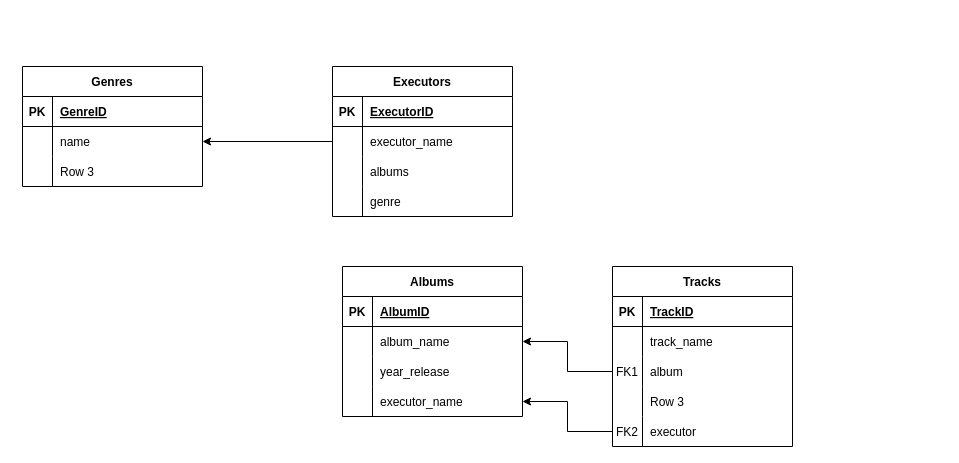
The draw.io diagram Диаграмма без названия.drawio in pasamoshin/DB, before the edit. Source tidied: cells renumbered, new cells numbered last; positions are measured from the earlier drawing's top-left corner, leaving out a move shared by most shapes. Both pictures are drawn from the tidied source at 100%, with x=0, y=0 at pixel (22, 66).
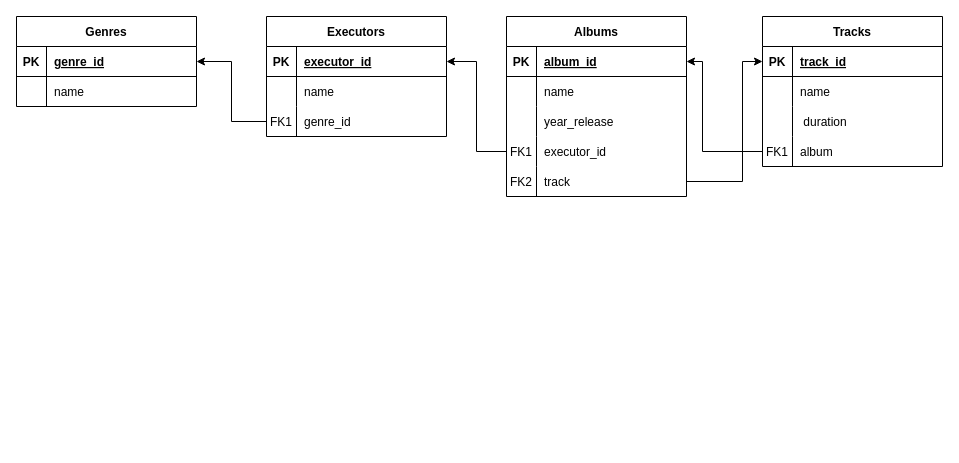
After the change.

The change refers to these unchanged cells:
```xml
<mxCell id="3" style="shape=tableRow;horizontal=0;startSize=0;swimlaneHead=0;swimlaneBody=0;fillColor=none;points=[[0,0.5],[1,0.5]];portConstraint=eastwest;top=0;left=0;right=0;bottom=1;" parent="2" vertex="1">
  <mxGeometry y="30" width="180" height="30" as="geometry" />
</mxCell>
<mxCell id="6" style="shape=tableRow;horizontal=0;startSize=0;swimlaneHead=0;swimlaneBody=0;fillColor=none;points=[[0,0.5],[1,0.5]];portConstraint=eastwest;top=0;left=0;right=0;bottom=0;" parent="2" vertex="1">
  <mxGeometry y="60" width="180" height="30" as="geometry" />
</mxCell>
<mxCell id="13" style="shape=tableRow;horizontal=0;startSize=0;swimlaneHead=0;swimlaneBody=0;fillColor=none;points=[[0,0.5],[1,0.5]];portConstraint=eastwest;top=0;left=0;right=0;bottom=1;" parent="12" vertex="1">
  <mxGeometry y="30" width="180" height="30" as="geometry" />
</mxCell>
<mxCell id="16" style="shape=tableRow;horizontal=0;startSize=0;swimlaneHead=0;swimlaneBody=0;fillColor=none;points=[[0,0.5],[1,0.5]];portConstraint=eastwest;top=0;left=0;right=0;bottom=0;" parent="12" vertex="1">
  <mxGeometry y="60" width="180" height="30" as="geometry" />
</mxCell>
<mxCell id="27" style="shape=tableRow;horizontal=0;startSize=0;swimlaneHead=0;swimlaneBody=0;fillColor=none;points=[[0,0.5],[1,0.5]];portConstraint=eastwest;top=0;left=0;right=0;bottom=1;" parent="26" vertex="1">
  <mxGeometry y="30" width="180" height="30" as="geometry" />
</mxCell>
<mxCell id="30" style="shape=tableRow;horizontal=0;startSize=0;swimlaneHead=0;swimlaneBody=0;fillColor=none;top=0;left=0;right=0;bottom=0;" parent="26" vertex="1">
  <mxGeometry y="60" width="180" height="30" as="geometry" />
</mxCell>
<mxCell id="43" style="shape=tableRow;horizontal=0;startSize=0;swimlaneHead=0;swimlaneBody=0;fillColor=none;points=[[0,0.5],[1,0.5]];portConstraint=eastwest;top=0;left=0;right=0;bottom=1;" parent="42" vertex="1">
  <mxGeometry y="30" width="180" height="30" as="geometry" />
</mxCell>
<mxCell id="46" style="shape=tableRow;horizontal=0;startSize=0;swimlaneHead=0;swimlaneBody=0;fillColor=none;points=[[0,0.5],[1,0.5]];portConstraint=eastwest;top=0;left=0;right=0;bottom=0;" parent="42" vertex="1">
  <mxGeometry y="60" width="180" height="30" as="geometry" />
</mxCell>
<mxCell id="52" style="shape=tableRow;horizontal=0;startSize=0;swimlaneHead=0;swimlaneBody=0;fillColor=none;points=[[0,0.5],[1,0.5]];portConstraint=eastwest;top=0;left=0;right=0;bottom=0;" parent="42" vertex="1">
  <mxGeometry y="120" width="180" height="30" as="geometry" />
</mxCell>
```

The edit, as a diff of the source:
```diff
@@
     <mxCell id="2" value="Genres" style="shape=table;startSize=30;childLayout=tableLayout;rowLines=0;fontStyle=1;align=center;" parent="1" vertex="1">
-      <mxGeometry width="180" height="120" as="geometry" />
+      <mxGeometry x="-6" y="-50" width="180" height="90" as="geometry" />
     </mxCell>
@@
-    <mxCell id="5" value="GenreID" style="shape=partialRectangle;fillColor=none;top=0;left=0;bottom=0;right=0;align=left;spacingLeft=6;fontStyle=5;overflow=hidden;" parent="3" vertex="1">
+    <mxCell id="5" value="genre_id" style="shape=partialRectangle;fillColor=none;top=0;left=0;bottom=0;right=0;align=left;spacingLeft=6;fontStyle=5;overflow=hidden;" parent="3" vertex="1">
       <mxGeometry x="30" width="150" height="30" as="geometry" />
     </mxCell>
@@
-    <mxCell id="9" style="shape=tableRow;horizontal=0;startSize=0;swimlaneHead=0;swimlaneBody=0;fillColor=none;top=0;left=0;right=0;bottom=0;" parent="2" vertex="1">
-      <mxGeometry y="90" width="180" height="30" as="geometry" />
-    </mxCell>
-    <mxCell id="10" style="shape=partialRectangle;fillColor=none;top=0;left=0;bottom=0;right=0;overflow=hidden;" parent="9" vertex="1">
-      <mxGeometry width="30" height="30" as="geometry" />
-    </mxCell>
-    <mxCell id="11" value="Row 3" style="shape=partialRectangle;fillColor=none;top=0;left=0;bottom=0;right=0;align=left;spacingLeft=6;overflow=hidden;" parent="9" vertex="1">
-      <mxGeometry x="30" width="150" height="30" as="geometry" />
-    </mxCell>
     <mxCell id="12" value="Executors" style="shape=table;startSize=30;childLayout=tableLayout;rowLines=0;fontStyle=1;align=center;" parent="1" vertex="1">
-      <mxGeometry x="310" width="180" height="150" as="geometry" />
+      <mxGeometry x="244" y="-50" width="180" height="120" as="geometry" />
     </mxCell>
@@
-    <mxCell id="15" value="ExecutorID" style="shape=partialRectangle;fillColor=none;top=0;left=0;bottom=0;right=0;align=left;spacingLeft=6;fontStyle=5;overflow=hidden;" parent="13" vertex="1">
+    <mxCell id="15" value="executor_id" style="shape=partialRectangle;fillColor=none;top=0;left=0;bottom=0;right=0;align=left;spacingLeft=6;fontStyle=5;overflow=hidden;" parent="13" vertex="1">
       <mxGeometry x="30" width="150" height="30" as="geometry" />
     </mxCell>
@@
-    <mxCell id="18" value="executor_name" style="shape=partialRectangle;fillColor=none;top=0;left=0;bottom=0;right=0;align=left;spacingLeft=6;overflow=hidden;" parent="16" vertex="1">
+    <mxCell id="18" value="name" style="shape=partialRectangle;fillColor=none;top=0;left=0;bottom=0;right=0;align=left;spacingLeft=6;overflow=hidden;" parent="16" vertex="1">
       <mxGeometry x="30" width="150" height="30" as="geometry" />
     </mxCell>
-    <mxCell id="19" style="shape=tableRow;horizontal=0;startSize=0;swimlaneHead=0;swimlaneBody=0;fillColor=none;top=0;left=0;right=0;bottom=0;" parent="12" vertex="1">
-      <mxGeometry y="90" width="180" height="30" as="geometry" />
-    </mxCell>
-    <mxCell id="20" style="shape=partialRectangle;fillColor=none;top=0;left=0;bottom=0;right=0;overflow=hidden;" parent="19" vertex="1">
-      <mxGeometry width="30" height="30" as="geometry" />
-    </mxCell>
-    <mxCell id="21" value="albums" style="shape=partialRectangle;fillColor=none;top=0;left=0;bottom=0;right=0;align=left;spacingLeft=6;overflow=hidden;" parent="19" vertex="1">
-      <mxGeometry x="30" width="150" height="30" as="geometry" />
-    </mxCell>
     <mxCell id="22" style="shape=tableRow;horizontal=0;startSize=0;swimlaneHead=0;swimlaneBody=0;fillColor=none;points=[[0,0.5],[1,0.5]];portConstraint=eastwest;top=0;left=0;right=0;bottom=0;" parent="12" vertex="1">
-      <mxGeometry y="120" width="180" height="30" as="geometry" />
+      <mxGeometry y="90" width="180" height="30" as="geometry" />
     </mxCell>
-    <mxCell id="23" style="shape=partialRectangle;fillColor=none;top=0;left=0;bottom=0;right=0;overflow=hidden;" parent="22" vertex="1">
+    <mxCell id="23" value="FK1" style="shape=partialRectangle;fillColor=none;top=0;left=0;bottom=0;right=0;overflow=hidden;" parent="22" vertex="1">
       <mxGeometry width="30" height="30" as="geometry" />
     </mxCell>
-    <mxCell id="24" value="genre" style="shape=partialRectangle;fillColor=none;top=0;left=0;bottom=0;right=0;align=left;spacingLeft=6;overflow=hidden;" parent="22" vertex="1">
+    <mxCell id="24" value="genre_id" style="shape=partialRectangle;fillColor=none;top=0;left=0;bottom=0;right=0;align=left;spacingLeft=6;overflow=hidden;" parent="22" vertex="1">
       <mxGeometry x="30" width="150" height="30" as="geometry" />
     </mxCell>
-    <mxCell id="25" style="edgeStyle=orthogonalEdgeStyle;rounded=0;jettySize=auto;html=1;exitX=0;exitY=0.5;exitDx=0;exitDy=0;entryX=1;entryY=0.5;entryDx=0;entryDy=0;" parent="1" edge="1" source="16" target="6">
-      <mxGeometry relative="1" as="geometry" />
-    </mxCell>
     <mxCell id="26" value="Tracks" style="shape=table;startSize=30;childLayout=tableLayout;rowLines=0;fontStyle=1;align=center;" parent="1" vertex="1">
-      <mxGeometry x="590" y="200" width="180" height="180" as="geometry" />
+      <mxGeometry x="740" y="-50" width="180" height="150" as="geometry" />
     </mxCell>
@@
-    <mxCell id="29" value="TrackID" style="shape=partialRectangle;fillColor=none;top=0;left=0;bottom=0;right=0;align=left;spacingLeft=6;fontStyle=5;overflow=hidden;" parent="27" vertex="1">
+    <mxCell id="29" value="track_id" style="shape=partialRectangle;fillColor=none;top=0;left=0;bottom=0;right=0;align=left;spacingLeft=6;fontStyle=5;overflow=hidden;" parent="27" vertex="1">
       <mxGeometry x="30" width="150" height="30" as="geometry" />
     </mxCell>
@@
-    <mxCell id="32" value="track_name" style="shape=partialRectangle;fillColor=none;top=0;left=0;bottom=0;right=0;align=left;spacingLeft=6;overflow=hidden;" parent="30" vertex="1">
+    <mxCell id="32" value="name" style="shape=partialRectangle;fillColor=none;top=0;left=0;bottom=0;right=0;align=left;spacingLeft=6;overflow=hidden;" parent="30" vertex="1">
       <mxGeometry x="30" width="150" height="30" as="geometry" />
     </mxCell>
-    <mxCell id="33" style="shape=tableRow;horizontal=0;startSize=0;swimlaneHead=0;swimlaneBody=0;fillColor=none;points=[[0,0.5],[1,0.5]];portConstraint=eastwest;top=0;left=0;right=0;bottom=0;" parent="26" vertex="1">
-      <mxGeometry y="90" width="180" height="30" as="geometry" />
-    </mxCell>
-    <mxCell id="34" value="FK1" style="shape=partialRectangle;fillColor=none;top=0;left=0;bottom=0;right=0;overflow=hidden;" parent="33" vertex="1">
-      <mxGeometry width="30" height="30" as="geometry" />
-    </mxCell>
-    <mxCell id="35" value="album" style="shape=partialRectangle;fillColor=none;top=0;left=0;bottom=0;right=0;align=left;spacingLeft=6;overflow=hidden;" parent="33" vertex="1">
-      <mxGeometry x="30" width="150" height="30" as="geometry" />
-    </mxCell>
-    <mxCell id="36" style="shape=tableRow;horizontal=0;startSize=0;swimlaneHead=0;swimlaneBody=0;fillColor=none;top=0;left=0;right=0;bottom=0;" parent="26" vertex="1">
-      <mxGeometry y="120" width="180" height="30" as="geometry" />
-    </mxCell>
-    <mxCell id="37" style="shape=partialRectangle;fillColor=none;top=0;left=0;bottom=0;right=0;overflow=hidden;" parent="36" vertex="1">
-      <mxGeometry width="30" height="30" as="geometry" />
-    </mxCell>
-    <mxCell id="38" value="Row 3" style="shape=partialRectangle;fillColor=none;top=0;left=0;bottom=0;right=0;align=left;spacingLeft=6;overflow=hidden;" parent="36" vertex="1">
-      <mxGeometry x="30" width="150" height="30" as="geometry" />
-    </mxCell>
+    <mxCell id="57" style="shape=tableRow;horizontal=0;startSize=0;swimlaneHead=0;swimlaneBody=0;fillColor=none;top=0;left=0;right=0;bottom=0;" parent="26" vertex="1">
+      <mxGeometry y="90" width="180" height="30" as="geometry" />
+    </mxCell>
+    <mxCell id="58" style="shape=partialRectangle;fillColor=none;top=0;left=0;bottom=0;right=0;overflow=hidden;" parent="57" vertex="1">
+      <mxGeometry width="30" height="30" as="geometry" />
+    </mxCell>
+    <mxCell id="59" value=" duration" style="shape=partialRectangle;fillColor=none;top=0;left=0;bottom=0;right=0;align=left;spacingLeft=6;overflow=hidden;" parent="57" vertex="1">
+      <mxGeometry x="30" width="150" height="30" as="geometry" />
+    </mxCell>
     <mxCell id="39" style="shape=tableRow;horizontal=0;startSize=0;swimlaneHead=0;swimlaneBody=0;fillColor=none;points=[[0,0.5],[1,0.5]];portConstraint=eastwest;top=0;left=0;right=0;bottom=0;" parent="26" vertex="1">
-      <mxGeometry y="150" width="180" height="30" as="geometry" />
+      <mxGeometry y="120" width="180" height="30" as="geometry" />
     </mxCell>
-    <mxCell id="40" value="FK2" style="shape=partialRectangle;fillColor=none;top=0;left=0;bottom=0;right=0;overflow=hidden;" parent="39" vertex="1">
+    <mxCell id="40" value="FK1" style="shape=partialRectangle;fillColor=none;top=0;left=0;bottom=0;right=0;overflow=hidden;" parent="39" vertex="1">
       <mxGeometry width="30" height="30" as="geometry" />
     </mxCell>
-    <mxCell id="41" value="executor" style="shape=partialRectangle;fillColor=none;top=0;left=0;bottom=0;right=0;align=left;spacingLeft=6;overflow=hidden;" parent="39" vertex="1">
+    <mxCell id="41" value="album" style="shape=partialRectangle;fillColor=none;top=0;left=0;bottom=0;right=0;align=left;spacingLeft=6;overflow=hidden;" parent="39" vertex="1">
       <mxGeometry x="30" width="150" height="30" as="geometry" />
     </mxCell>
     <mxCell id="42" value="Albums" style="shape=table;startSize=30;childLayout=tableLayout;rowLines=0;fontStyle=1;align=center;" parent="1" vertex="1">
-      <mxGeometry x="320" y="200" width="180" height="150" as="geometry" />
+      <mxGeometry x="484" y="-50" width="180" height="180" as="geometry" />
     </mxCell>
@@
-    <mxCell id="45" value="AlbumID" style="shape=partialRectangle;fillColor=none;top=0;left=0;bottom=0;right=0;align=left;spacingLeft=6;fontStyle=5;overflow=hidden;" parent="43" vertex="1">
+    <mxCell id="45" value="album_id" style="shape=partialRectangle;fillColor=none;top=0;left=0;bottom=0;right=0;align=left;spacingLeft=6;fontStyle=5;overflow=hidden;" parent="43" vertex="1">
       <mxGeometry x="30" width="150" height="30" as="geometry" />
     </mxCell>
@@
-    <mxCell id="48" value="album_name" style="shape=partialRectangle;fillColor=none;top=0;left=0;bottom=0;right=0;align=left;spacingLeft=6;overflow=hidden;" parent="46" vertex="1">
+    <mxCell id="48" value="name" style="shape=partialRectangle;fillColor=none;top=0;left=0;bottom=0;right=0;align=left;spacingLeft=6;overflow=hidden;" parent="46" vertex="1">
       <mxGeometry x="30" width="150" height="30" as="geometry" />
     </mxCell>
@@
-    <mxCell id="53" style="shape=partialRectangle;fillColor=none;top=0;left=0;bottom=0;right=0;overflow=hidden;" parent="52" vertex="1">
+    <mxCell id="53" value="FK1" style="shape=partialRectangle;fillColor=none;top=0;left=0;bottom=0;right=0;overflow=hidden;" parent="52" vertex="1">
       <mxGeometry width="30" height="30" as="geometry" />
     </mxCell>
-    <mxCell id="54" value="executor_name" style="shape=partialRectangle;fillColor=none;top=0;left=0;bottom=0;right=0;align=left;spacingLeft=6;overflow=hidden;" parent="52" vertex="1">
+    <mxCell id="54" value="executor_id" style="shape=partialRectangle;fillColor=none;top=0;left=0;bottom=0;right=0;align=left;spacingLeft=6;overflow=hidden;" parent="52" vertex="1">
       <mxGeometry x="30" width="150" height="30" as="geometry" />
     </mxCell>
-    <mxCell id="55" style="edgeStyle=orthogonalEdgeStyle;rounded=0;jettySize=auto;html=1;exitX=0;exitY=0.5;exitDx=0;exitDy=0;" parent="1" edge="1" source="39" target="52">
-      <mxGeometry relative="1" as="geometry" />
-    </mxCell>
+    <mxCell id="60" style="shape=tableRow;horizontal=0;startSize=0;swimlaneHead=0;swimlaneBody=0;fillColor=none;points=[[0,0.5],[1,0.5]];portConstraint=eastwest;top=0;left=0;right=0;bottom=0;" parent="42" vertex="1">
+      <mxGeometry y="150" width="180" height="30" as="geometry" />
+    </mxCell>
+    <mxCell id="61" value="FK2" style="shape=partialRectangle;fillColor=none;top=0;left=0;bottom=0;right=0;overflow=hidden;" parent="60" vertex="1">
+      <mxGeometry width="30" height="30" as="geometry" />
+    </mxCell>
+    <mxCell id="62" value="track" style="shape=partialRectangle;fillColor=none;top=0;left=0;bottom=0;right=0;align=left;spacingLeft=6;overflow=hidden;" parent="60" vertex="1">
+      <mxGeometry x="30" width="150" height="30" as="geometry" />
+    </mxCell>
-    <mxCell id="56" style="edgeStyle=orthogonalEdgeStyle;rounded=0;jettySize=auto;html=1;exitX=0;exitY=0.5;exitDx=0;exitDy=0;entryX=1;entryY=0.5;entryDx=0;entryDy=0;" parent="1" edge="1" source="33" target="46">
+    <mxCell id="56" style="edgeStyle=orthogonalEdgeStyle;rounded=0;jettySize=auto;html=1;exitX=0;exitY=0.5;exitDx=0;exitDy=0;entryX=1;entryY=0.5;entryDx=0;entryDy=0;" parent="1" edge="1" target="46">
       <mxGeometry relative="1" as="geometry" />
     </mxCell>
+    <mxCell id="63" style="edgeStyle=orthogonalEdgeStyle;rounded=0;jettySize=auto;html=1;exitX=0;exitY=0.5;exitDx=0;exitDy=0;entryX=1;entryY=0.5;entryDx=0;entryDy=0;" parent="1" edge="1" source="22" target="3">
+      <mxGeometry relative="1" as="geometry" />
+    </mxCell>
+    <mxCell id="64" style="edgeStyle=orthogonalEdgeStyle;rounded=0;jettySize=auto;html=1;exitX=0;exitY=0.5;exitDx=0;exitDy=0;entryX=1;entryY=0.5;entryDx=0;entryDy=0;" parent="1" edge="1" source="52" target="13">
+      <mxGeometry relative="1" as="geometry" />
+    </mxCell>
+    <mxCell id="65" style="edgeStyle=orthogonalEdgeStyle;rounded=0;jettySize=auto;html=1;exitX=0;exitY=0.5;exitDx=0;exitDy=0;entryX=1;entryY=0.5;entryDx=0;entryDy=0;" parent="1" edge="1" source="39" target="43">
+      <mxGeometry relative="1" as="geometry">
+        <Array as="points">
+          <mxPoint x="680" y="85" />
+          <mxPoint x="680" y="-5" />
+        </Array>
+      </mxGeometry>
+    </mxCell>
+    <mxCell id="66" style="edgeStyle=orthogonalEdgeStyle;rounded=0;jettySize=auto;html=1;exitX=1;exitY=0.5;exitDx=0;exitDy=0;entryX=0;entryY=0.5;entryDx=0;entryDy=0;" parent="1" edge="1" source="60" target="27">
+      <mxGeometry relative="1" as="geometry">
+        <Array as="points">
+          <mxPoint x="720" y="115" />
+          <mxPoint x="720" y="-5" />
+        </Array>
+      </mxGeometry>
+    </mxCell>
```
